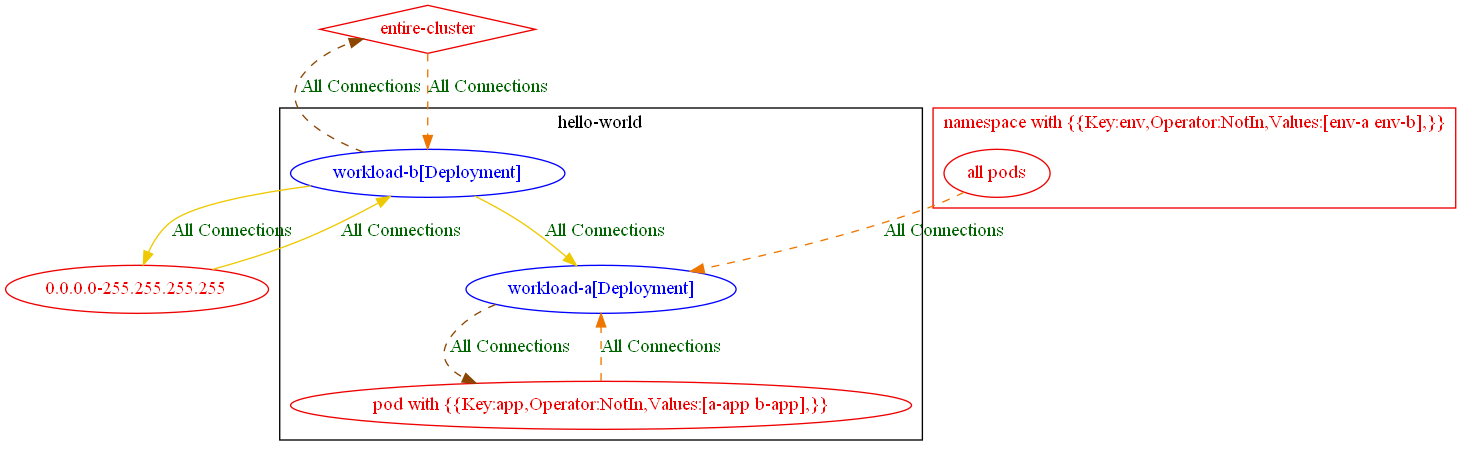
Before: test_outputs/connlist/exposure_test_exposure_with_match_expression_not_in_op_connlist_output.dot.png, a diagram exported from Graphviz (np-guard/netpol-analyzer). Its source is kept beside it as test_outputs/connlist/exposure_test_exposure_with_match_expression_not_in_op_connlist_output.dot.
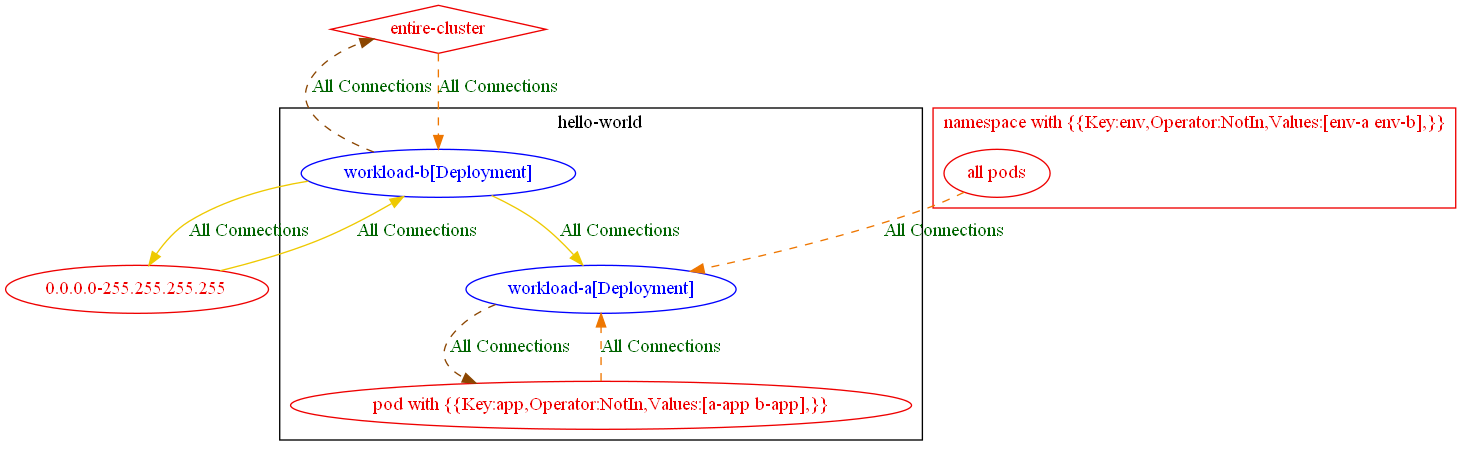
The same file after the commit.

Change to the diagram source:
```diff
@@ -15,12 +15,12 @@
 	}
 	"0.0.0.0-255.255.255.255" [label="0.0.0.0-255.255.255.255" color="red2" fontcolor="red2"]
 	"entire-cluster" [label="entire-cluster" color="red2" fontcolor="red2" shape=diamond]
-	"0.0.0.0-255.255.255.255" -> "hello-world/workload-b[Deployment]" [label="All Connections" color="gold2" fontcolor="darkgreen"]
+	"0.0.0.0-255.255.255.255" -> "hello-world/workload-b[Deployment]" [label="All Connections" color="gold2" fontcolor="darkgreen" weight=0.5]
 	"all pods_in_namespace with {{Key:env,Operator:NotIn,Values:[env-a env-b],}}" -> "hello-world/workload-a[Deployment]" [label="All Connections" color="darkorange2" fontcolor="darkgreen" weight=1 style=dashed]
 	"entire-cluster" -> "hello-world/workload-b[Deployment]" [label="All Connections" color="darkorange2" fontcolor="darkgreen" weight=1 style=dashed]
 	"hello-world/workload-a[Deployment]" -> "pod with {{Key:app,Operator:NotIn,Values:[a-app b-app],}}_in_hello-world" [label="All Connections" color="darkorange4" fontcolor="darkgreen" weight=0.5 style=dashed]
-	"hello-world/workload-b[Deployment]" -> "0.0.0.0-255.255.255.255" [label="All Connections" color="gold2" fontcolor="darkgreen"]
+	"hello-world/workload-b[Deployment]" -> "0.0.0.0-255.255.255.255" [label="All Connections" color="gold2" fontcolor="darkgreen" weight=1]
 	"hello-world/workload-b[Deployment]" -> "entire-cluster" [label="All Connections" color="darkorange4" fontcolor="darkgreen" weight=0.5 style=dashed]
-	"hello-world/workload-b[Deployment]" -> "hello-world/workload-a[Deployment]" [label="All Connections" color="gold2" fontcolor="darkgreen"]
+	"hello-world/workload-b[Deployment]" -> "hello-world/workload-a[Deployment]" [label="All Connections" color="gold2" fontcolor="darkgreen" weight=1]
 	"pod with {{Key:app,Operator:NotIn,Values:[a-app b-app],}}_in_hello-world" -> "hello-world/workload-a[Deployment]" [label="All Connections" color="darkorange2" fontcolor="darkgreen" weight=1 style=dashed]
 }
```
